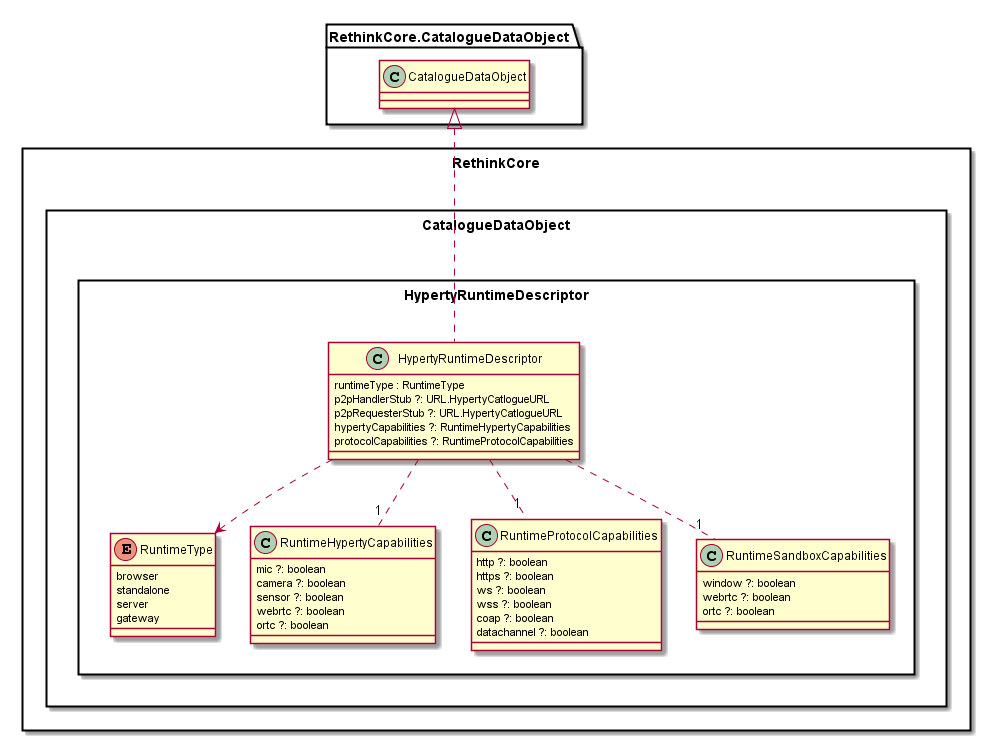
This is datamodel/core/hyperty-catalogue/Hyperty-Runtime-Descriptor-Data-Object-Model.png from reTHINK-project/specs, a PlantUML export, as it was before one commit.
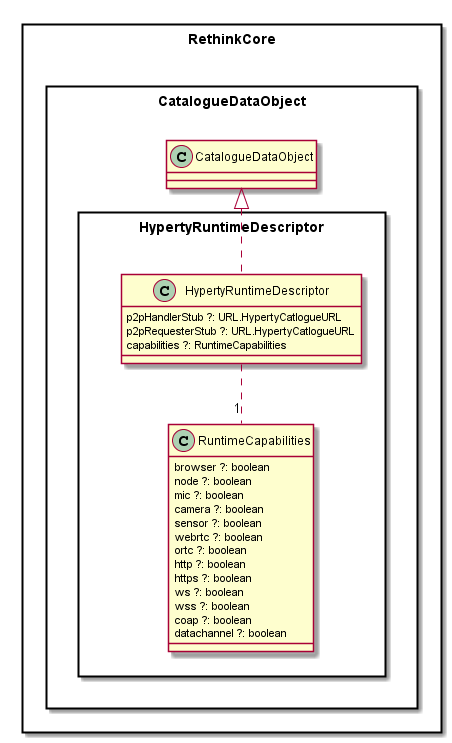
Above is the later version.

Commit message:
Runtime Capabilities used by the Catalogue data model simplified. Instead of 3 classes now we have 1 classes

Diff of the diagram source:
```diff
@@ -7,29 +7,19 @@
 		package HypertyRuntimeDescriptor <<Rect>> {
 
 			class HypertyRuntimeDescriptor {
-				runtimeType : RuntimeType
 				p2pHandlerStub ?: URL.HypertyCatlogueURL
 				p2pRequesterStub ?: URL.HypertyCatlogueURL
-				hypertyCapabilities ?: RuntimeHypertyCapabilities
-				protocolCapabilities ?: RuntimeProtocolCapabilities
+				capabilities ?: RuntimeCapabilities
 			}
 
-			enum RuntimeType {
-				browser
-				standalone
-				server
-				gateway
-			}
-
-			class RuntimeHypertyCapabilities {
+			class RuntimeCapabilities {
+				browser ?: boolean
+				node ?: boolean
 				mic ?: boolean
 				camera ?: boolean
 				sensor ?: boolean
 				webrtc ?: boolean
 				ortc ?: boolean
-			}
-
-			class RuntimeProtocolCapabilities {
 				http ?: boolean
 				https ?: boolean
 				ws ?: boolean
@@ -38,17 +28,8 @@
 				datachannel ?: boolean
 			}
 
-			class RuntimeSandboxCapabilities {
-				window ?: boolean
-				webrtc ?: boolean
-				ortc ?: boolean
-			}
-
-			HypertyRuntimeDescriptor ..> RuntimeType
-			HypertyRuntimeDescriptor .. "1" RuntimeHypertyCapabilities
-			HypertyRuntimeDescriptor .. "1" RuntimeProtocolCapabilities
-			HypertyRuntimeDescriptor .. "1" RuntimeSandboxCapabilities
-			HypertyRuntimeDescriptor .up.|> RethinkCore.CatalogueDataObject.CatalogueDataObject
+			HypertyRuntimeDescriptor .. "1" RuntimeCapabilities
+			HypertyRuntimeDescriptor .up.|> CatalogueDataObject.CatalogueDataObject
 		}
 
 	}
```
